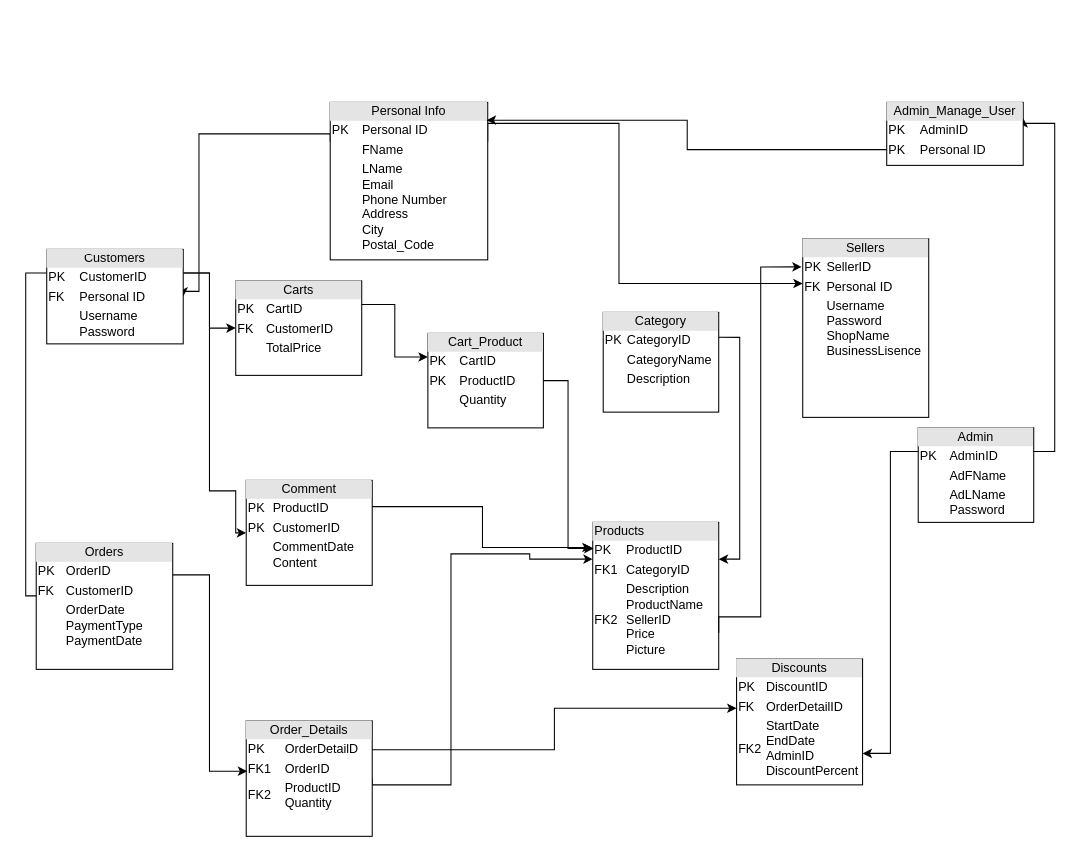
Earlier version of the draw.io diagram Relational Model.drawio (PhucAnh0502/Database). Source tidied: cells renumbered, new cells numbered last; positions are measured from the earlier drawing's top-left corner, leaving out a move shared by most shapes. Both pictures are drawn from the tidied source at 105%, with x=0, y=0 at pixel (25, 102).
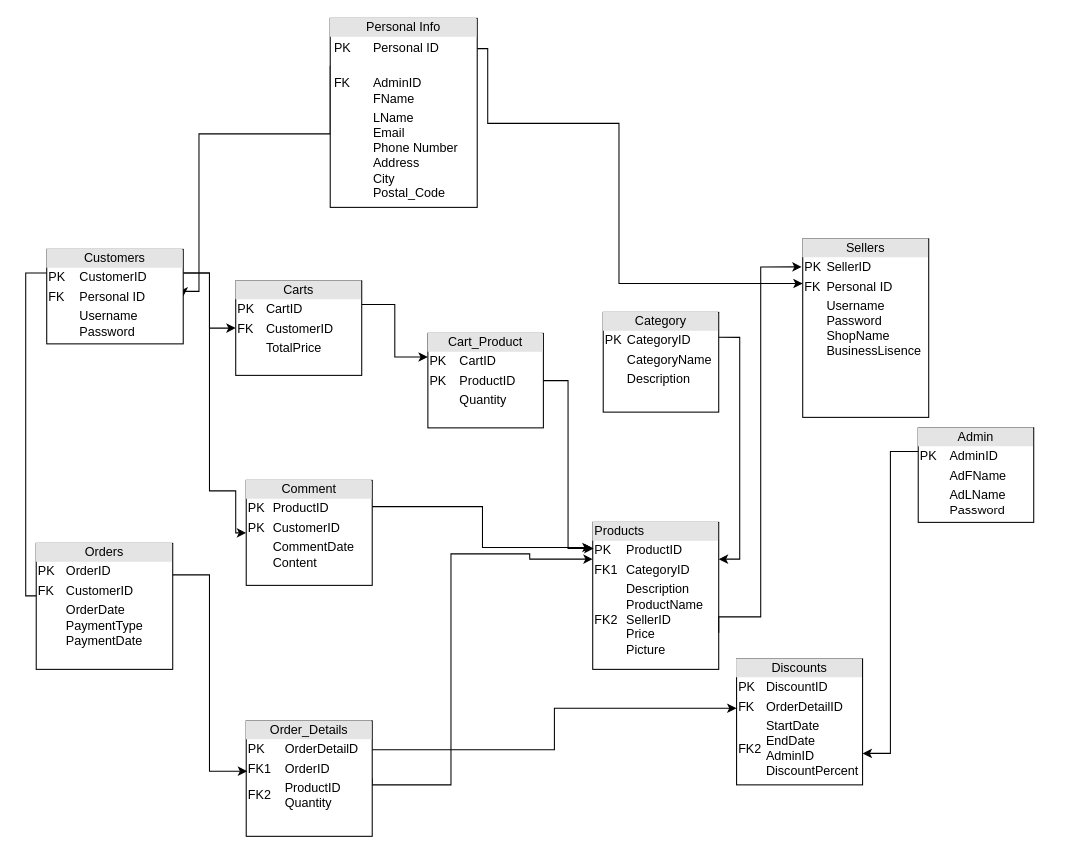
The same page after the edit.

Unchanged cells that the change refers to:
```xml
<mxCell id="9" value="&lt;div style=&quot;text-align: center; box-sizing: border-box; width: 100%; background: rgb(228, 228, 228); padding: 2px;&quot;&gt;Sellers&lt;/div&gt;&lt;table style=&quot;text-align: justify; width: 100%; font-size: 1em;&quot; cellpadding=&quot;2&quot; cellspacing=&quot;0&quot;&gt;&lt;tbody&gt;&lt;tr&gt;&lt;td&gt;PK&lt;/td&gt;&lt;td&gt;SellerID&lt;/td&gt;&lt;/tr&gt;&lt;tr&gt;&lt;td&gt;FK&lt;/td&gt;&lt;td&gt;Personal ID&lt;/td&gt;&lt;/tr&gt;&lt;tr&gt;&lt;td&gt;&lt;/td&gt;&lt;td&gt;Username&lt;br&gt;Password&lt;br&gt;ShopName&lt;br&gt;BusinessLisence&lt;br&gt;&lt;/td&gt;&lt;/tr&gt;&lt;/tbody&gt;&lt;/table&gt;" style="verticalAlign=top;align=left;overflow=fill;html=1;whiteSpace=wrap;" parent="1" vertex="1">
  <mxGeometry x="740" y="130" width="120" height="170" as="geometry" />
</mxCell>
<mxCell id="12" value="&lt;div style=&quot;text-align: center; box-sizing: border-box; width: 100%; background: rgb(228, 228, 228); padding: 2px;&quot;&gt;Admin&lt;/div&gt;&lt;table style=&quot;text-align: center; width: 100%; font-size: 1em;&quot; cellpadding=&quot;2&quot; cellspacing=&quot;0&quot;&gt;&lt;tbody&gt;&lt;tr&gt;&lt;td style=&quot;text-align: justify;&quot;&gt;PK&lt;/td&gt;&lt;td style=&quot;text-align: justify;&quot;&gt;AdminID&lt;/td&gt;&lt;/tr&gt;&lt;tr&gt;&lt;td style=&quot;text-align: justify;&quot;&gt;&lt;/td&gt;&lt;td style=&quot;text-align: justify;&quot;&gt;AdFName&lt;/td&gt;&lt;/tr&gt;&lt;tr&gt;&lt;td style=&quot;text-align: justify;&quot;&gt;&lt;/td&gt;&lt;td style=&quot;text-align: justify;&quot;&gt;AdLName&lt;br&gt;Password&lt;/td&gt;&lt;/tr&gt;&lt;/tbody&gt;&lt;/table&gt;" style="verticalAlign=top;align=left;overflow=fill;html=1;whiteSpace=wrap;" parent="1" vertex="1">
  <mxGeometry x="850" y="310" width="110" height="90" as="geometry" />
</mxCell>
```

What changed in the source:
```diff
@@
-    <mxCell id="3" style="edgeStyle=orthogonalEdgeStyle;rounded=0;jettySize=auto;html=1;exitX=1;exitY=0.25;exitDx=0;exitDy=0;entryX=0;entryY=0.25;entryDx=0;entryDy=0;" parent="1" edge="1" source="4" target="9">
+    <mxCell id="3" style="edgeStyle=orthogonalEdgeStyle;rounded=0;jettySize=auto;html=1;entryX=0;entryY=0.25;entryDx=0;entryDy=0;exitX=0.999;exitY=0.16;exitDx=0;exitDy=0;exitPerimeter=0;" parent="1" edge="1" source="4" target="9">
       <mxGeometry relative="1" as="geometry">
         <Array as="points">
+          <mxPoint x="440" y="-51" />
           <mxPoint x="440" y="20" />
           <mxPoint x="565" y="20" />
-          <mxPoint x="565" y="173" />
+          <mxPoint x="565" y="172" />
         </Array>
       </mxGeometry>
     </mxCell>
-    <mxCell id="4" value="&lt;div style=&quot;text-align: center; box-sizing: border-box; width: 100%; background: rgb(228, 228, 228); padding: 2px;&quot;&gt;Personal Info&lt;/div&gt;&lt;table style=&quot;width:100%;font-size:1em;&quot; cellpadding=&quot;2&quot; cellspacing=&quot;0&quot;&gt;&lt;tbody&gt;&lt;tr&gt;&lt;td style=&quot;text-align: justify;&quot;&gt;PK&lt;/td&gt;&lt;td style=&quot;text-align: justify;&quot;&gt;Personal ID&lt;/td&gt;&lt;/tr&gt;&lt;tr&gt;&lt;td style=&quot;text-align: justify;&quot;&gt;&lt;br&gt;&lt;/td&gt;&lt;td style=&quot;text-align: justify;&quot;&gt;FName&lt;/td&gt;&lt;/tr&gt;&lt;tr&gt;&lt;td style=&quot;text-align: justify;&quot;&gt;&lt;/td&gt;&lt;td&gt;&lt;div style=&quot;text-align: justify;&quot;&gt;&lt;span style=&quot;font-size: 1em; background-color: initial;&quot;&gt;LName&lt;/span&gt;&lt;/div&gt;&lt;div style=&quot;text-align: justify;&quot;&gt;&lt;span style=&quot;font-size: 1em; background-color: initial;&quot;&gt;Email&lt;/span&gt;&lt;/div&gt;&lt;div style=&quot;text-align: justify;&quot;&gt;&lt;span style=&quot;font-size: 1em; background-color: initial;&quot;&gt;Phone Number&lt;/span&gt;&lt;/div&gt;&lt;div style=&quot;text-align: justify;&quot;&gt;&lt;span style=&quot;font-size: 1em; background-color: initial;&quot;&gt;Address&lt;/span&gt;&lt;/div&gt;&lt;div style=&quot;text-align: justify;&quot;&gt;&lt;span style=&quot;font-size: 1em; background-color: initial;&quot;&gt;City&lt;/span&gt;&lt;/div&gt;&lt;div style=&quot;text-align: justify;&quot;&gt;&lt;span style=&quot;font-size: 1em; background-color: initial;&quot;&gt;Postal_Code&lt;/span&gt;&lt;/div&gt;&lt;br&gt;&lt;/td&gt;&lt;/tr&gt;&lt;/tbody&gt;&lt;/table&gt;" style="verticalAlign=top;align=left;overflow=fill;html=1;whiteSpace=wrap;" parent="1" vertex="1">
-      <mxGeometry x="290" width="150" height="150" as="geometry" />
+    <mxCell id="4" value="&lt;div style=&quot;text-align: center; box-sizing: border-box; width: 100%; background: rgb(228, 228, 228); padding: 2px;&quot;&gt;Personal Info&lt;/div&gt;&lt;table style=&quot;width:100%;font-size:1em;&quot; cellpadding=&quot;2&quot; cellspacing=&quot;0&quot;&gt;&lt;tbody&gt;&lt;tr&gt;&lt;td style=&quot;text-align: justify;&quot;&gt;&lt;table style=&quot;font-size: 1em; text-align: left; width: 140px;&quot; cellpadding=&quot;2&quot; cellspacing=&quot;0&quot;&gt;&lt;tbody&gt;&lt;tr&gt;&lt;td style=&quot;text-align: justify;&quot;&gt;PK&lt;/td&gt;&lt;td style=&quot;text-align: justify;&quot;&gt;Personal ID&lt;br&gt;&lt;/td&gt;&lt;/tr&gt;&lt;tr&gt;&lt;td style=&quot;text-align: justify;&quot;&gt;FK&lt;span style=&quot;white-space: pre;&quot;&gt;&#9;&lt;/span&gt;&lt;br&gt;&lt;/td&gt;&lt;td style=&quot;text-align: justify;&quot;&gt;&lt;br&gt;AdminID&lt;br&gt;FName&lt;/td&gt;&lt;/tr&gt;&lt;tr&gt;&lt;td style=&quot;text-align: justify;&quot;&gt;&lt;/td&gt;&lt;td&gt;&lt;div style=&quot;text-align: justify;&quot;&gt;&lt;span style=&quot;font-size: 1em; background-color: initial;&quot;&gt;LName&lt;/span&gt;&lt;/div&gt;&lt;div style=&quot;text-align: justify;&quot;&gt;&lt;span style=&quot;font-size: 1em; background-color: initial;&quot;&gt;Email&lt;/span&gt;&lt;/div&gt;&lt;div style=&quot;text-align: justify;&quot;&gt;&lt;span style=&quot;font-size: 1em; background-color: initial;&quot;&gt;Phone Number&lt;/span&gt;&lt;/div&gt;&lt;div style=&quot;text-align: justify;&quot;&gt;&lt;span style=&quot;font-size: 1em; background-color: initial;&quot;&gt;Address&lt;/span&gt;&lt;/div&gt;&lt;div style=&quot;text-align: justify;&quot;&gt;&lt;span style=&quot;font-size: 1em; background-color: initial;&quot;&gt;City&lt;/span&gt;&lt;/div&gt;&lt;div style=&quot;text-align: justify;&quot;&gt;&lt;span style=&quot;font-size: 1em; background-color: initial;&quot;&gt;Postal_Code&lt;/span&gt;&lt;/div&gt;&lt;/td&gt;&lt;/tr&gt;&lt;/tbody&gt;&lt;/table&gt;&lt;br&gt;&lt;/td&gt;&lt;td style=&quot;text-align: justify;&quot;&gt;&lt;/td&gt;&lt;/tr&gt;&lt;/tbody&gt;&lt;/table&gt;" style="verticalAlign=top;align=left;overflow=fill;html=1;whiteSpace=wrap;" parent="1" vertex="1">
+      <mxGeometry x="290" y="-80" width="140" height="180" as="geometry" />
     </mxCell>
@@
-    <mxCell id="10" style="edgeStyle=orthogonalEdgeStyle;rounded=0;jettySize=auto;html=1;exitX=1;exitY=0.25;exitDx=0;exitDy=0;entryX=1;entryY=0.25;entryDx=0;entryDy=0;" parent="1" edge="1" source="12" target="24">
-      <mxGeometry relative="1" as="geometry">
-        <Array as="points">
-          <mxPoint x="980" y="333" />
-          <mxPoint x="980" y="20" />
-          <mxPoint x="950" y="20" />
-        </Array>
-      </mxGeometry>
-    </mxCell>
@@
-    <mxCell id="24" value="&lt;div style=&quot;text-align: center; box-sizing: border-box; width: 100%; background: rgb(228, 228, 228); padding: 2px;&quot;&gt;Admin_Manage_User&lt;/div&gt;&lt;table style=&quot;width:100%;font-size:1em;&quot; cellpadding=&quot;2&quot; cellspacing=&quot;0&quot;&gt;&lt;tbody&gt;&lt;tr&gt;&lt;td&gt;PK&lt;/td&gt;&lt;td&gt;AdminID&lt;/td&gt;&lt;/tr&gt;&lt;tr&gt;&lt;td&gt;PK&lt;/td&gt;&lt;td&gt;Personal ID&lt;/td&gt;&lt;/tr&gt;&lt;tr&gt;&lt;td&gt;&lt;br&gt;&lt;/td&gt;&lt;td&gt;&lt;br&gt;&lt;/td&gt;&lt;/tr&gt;&lt;/tbody&gt;&lt;/table&gt;" style="verticalAlign=top;align=left;overflow=fill;html=1;whiteSpace=wrap;" parent="1" vertex="1">
-      <mxGeometry x="820" width="130" height="60" as="geometry" />
-    </mxCell>
-    <mxCell id="25" style="edgeStyle=orthogonalEdgeStyle;rounded=0;jettySize=auto;html=1;exitX=0;exitY=0.75;exitDx=0;exitDy=0;entryX=0.993;entryY=0.113;entryDx=0;entryDy=0;entryPerimeter=0;" parent="1" edge="1" source="24" target="4">
-      <mxGeometry relative="1" as="geometry" />
-    </mxCell>
```
